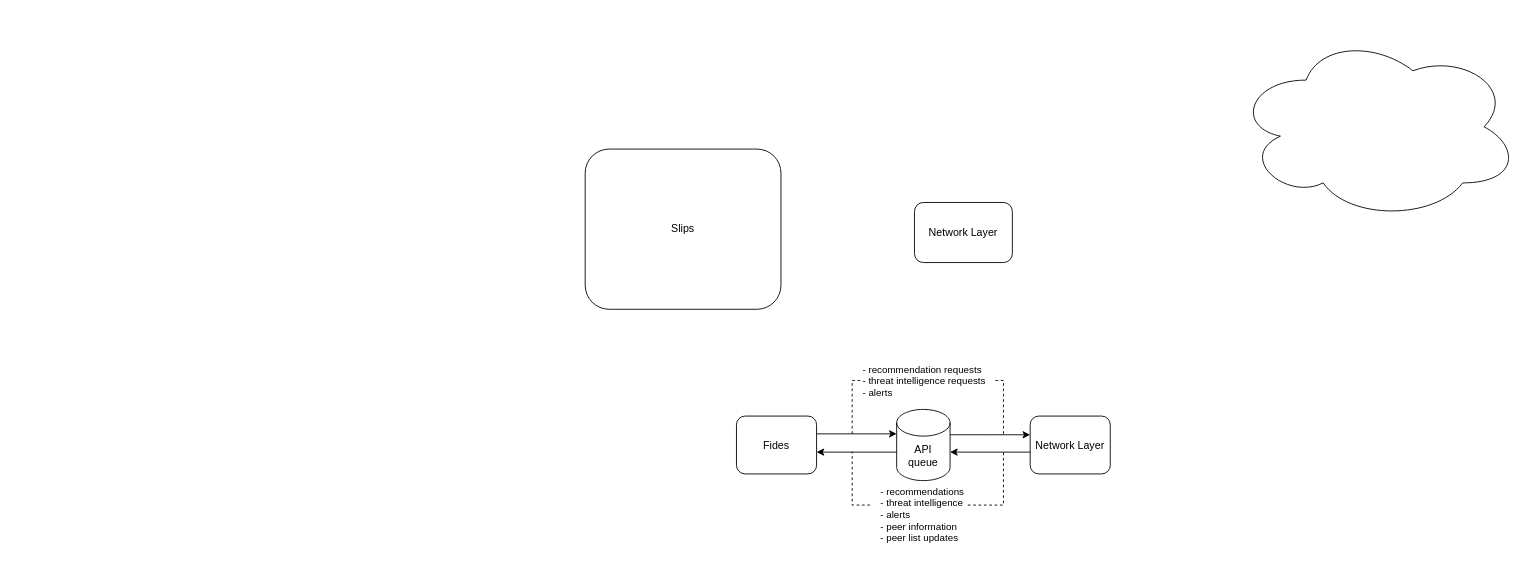
This is doc/assets/fides.drawio from LukasForst/fides, a draw.io file, before an edit. Source tidied: cells renumbered, new cells numbered last; positions are measured from the earlier drawing's top-left corner, leaving out a move shared by most shapes. Both pictures are drawn from the tidied source at 89%, with x=0, y=0 at pixel (585, 33).
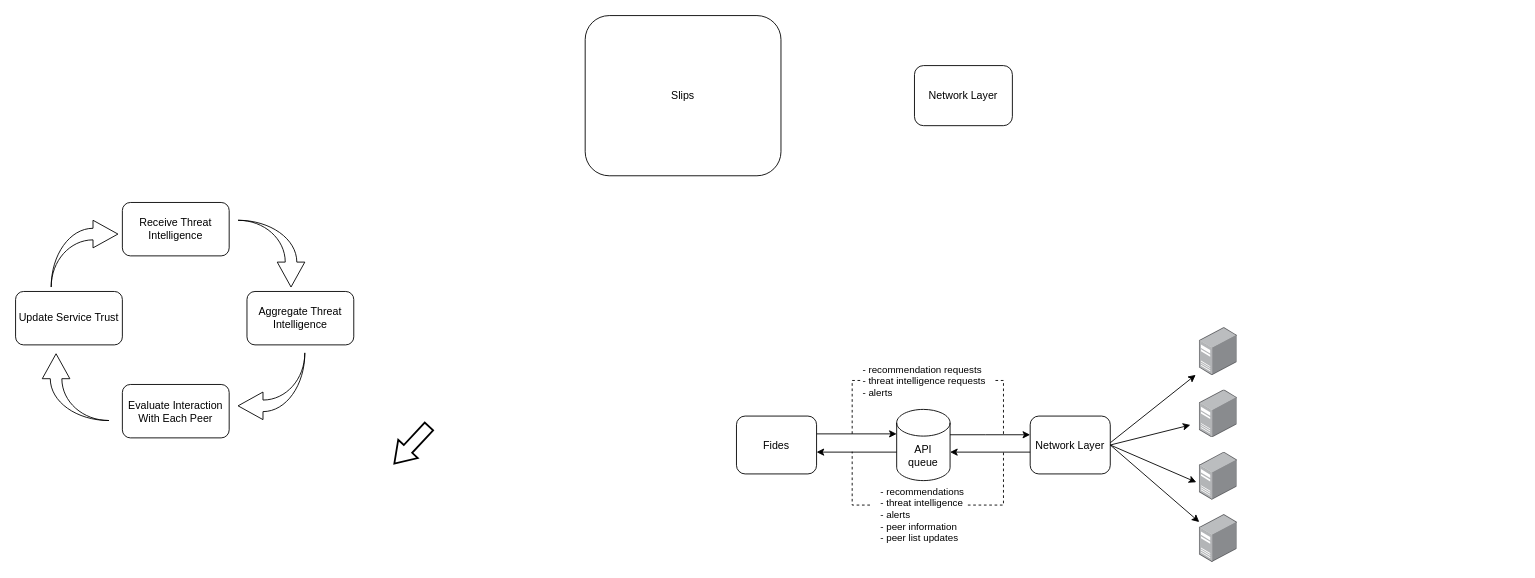
The same page after the edit.

Unchanged cells that the change refers to:
```xml
<mxCell id="9" value="Network Layer" style="rounded=1;whiteSpace=wrap;html=1;" parent="1" vertex="1">
  <mxGeometry x="500" y="430" width="90" height="65" as="geometry" />
</mxCell>
```

The edit, as a diff of the source:
```diff
@@
     <mxCell id="6" value="Network Layer" style="rounded=1;whiteSpace=wrap;html=1;" parent="1" vertex="1">
-      <mxGeometry x="370" y="190" width="110" height="67.5" as="geometry" />
+      <mxGeometry x="370" y="36.2" width="110" height="67.5" as="geometry" />
     </mxCell>
     <mxCell id="7" value="Slips" style="rounded=1;whiteSpace=wrap;html=1;" parent="1" vertex="1">
-      <mxGeometry y="130" width="220" height="180" as="geometry" />
+      <mxGeometry y="-20" width="220" height="180" as="geometry" />
     </mxCell>
-    <mxCell id="8" style="ellipse;shape=cloud;whiteSpace=wrap;html=1;" parent="1" vertex="1">
-      <mxGeometry x="730" width="320" height="210" as="geometry" />
-    </mxCell>
@@
+    <mxCell id="18" style="points=[];html=1;align=center;shadow=0;dashed=0;image;image=img/lib/allied_telesis/computer_and_terminals/Server_Desktop.svg;" parent="1" vertex="1">
+      <mxGeometry x="690" y="330.5" width="42.6" height="54" as="geometry" />
+    </mxCell>
+    <mxCell id="19" style="html=1;align=center;shadow=0;dashed=0;image;image=img/lib/allied_telesis/computer_and_terminals/Server_Desktop.svg;" parent="1" vertex="1">
+      <mxGeometry x="690" y="400.5" width="42.6" height="54" as="geometry" />
+    </mxCell>
+    <mxCell id="20" style="points=[];html=1;align=center;shadow=0;dashed=0;image;image=img/lib/allied_telesis/computer_and_terminals/Server_Desktop.svg;" parent="1" vertex="1">
+      <mxGeometry x="690" y="470.5" width="42.6" height="54" as="geometry" />
+    </mxCell>
+    <mxCell id="21" style="points=[];html=1;align=center;shadow=0;dashed=0;image;image=img/lib/allied_telesis/computer_and_terminals/Server_Desktop.svg;" parent="1" vertex="1">
+      <mxGeometry x="690" y="540.5" width="42.6" height="54" as="geometry" />
+    </mxCell>
+    <mxCell id="22" style="endArrow=classic;html=1;rounded=0;entryX=-0.094;entryY=0.985;entryDx=0;entryDy=0;entryPerimeter=0;" parent="1" edge="1" target="18">
+      <mxGeometry relative="1" as="geometry">
+        <mxPoint x="590" y="460" as="sourcePoint" />
+      </mxGeometry>
+    </mxCell>
+    <mxCell id="23" style="endArrow=classic;html=1;rounded=0;exitX=1;exitY=0.5;exitDx=0;exitDy=0;" parent="1" edge="1" source="9">
+      <mxGeometry relative="1" as="geometry">
+        <mxPoint x="680" y="440" as="targetPoint" />
+      </mxGeometry>
+    </mxCell>
+    <mxCell id="24" style="endArrow=classic;html=1;rounded=0;exitX=1;exitY=0.5;exitDx=0;exitDy=0;entryX=-0.078;entryY=0.627;entryDx=0;entryDy=0;entryPerimeter=0;" parent="1" edge="1" source="9" target="20">
+      <mxGeometry relative="1" as="geometry" />
+    </mxCell>
+    <mxCell id="25" style="endArrow=classic;html=1;rounded=0;exitX=1;exitY=0.5;exitDx=0;exitDy=0;" parent="1" edge="1" source="9" target="21">
+      <mxGeometry relative="1" as="geometry" />
+    </mxCell>
+    <mxCell id="26" value="Receive Threat Intelligence" style="rounded=1;whiteSpace=wrap;html=1;" parent="1" vertex="1">
+      <mxGeometry x="-520" y="190" width="120" height="60" as="geometry" />
+    </mxCell>
+    <mxCell id="27" value="Aggregate Threat Intelligence" style="rounded=1;whiteSpace=wrap;html=1;" parent="1" vertex="1">
+      <mxGeometry x="-380" y="290" width="120" height="60" as="geometry" />
+    </mxCell>
+    <mxCell id="28" value="Evaluate Interaction With Each Peer" style="rounded=1;whiteSpace=wrap;html=1;" parent="1" vertex="1">
+      <mxGeometry x="-520" y="394.5" width="120" height="60" as="geometry" />
+    </mxCell>
+    <mxCell id="29" value="Update Service Trust" style="rounded=1;whiteSpace=wrap;html=1;" parent="1" vertex="1">
+      <mxGeometry x="-640" y="290" width="120" height="60" as="geometry" />
+    </mxCell>
+    <mxCell id="30" style="shape=mxgraph.arrows.arrow_up;html=1;verticalLabelPosition=bottom;verticalAlign=top;strokeWidth=2;strokeColor=#000000;rotation=-137;" parent="1" vertex="1">
+      <mxGeometry x="-210" y="434" width="30" height="57" as="geometry" />
+    </mxCell>
+    <mxCell id="31" style="html=1;shadow=0;dashed=0;align=center;verticalAlign=middle;shape=mxgraph.arrows2.jumpInArrow;dy=6.5;dx=28;arrowHead=31;rotation=-90;" parent="1" vertex="1">
+      <mxGeometry x="-610" y="360" width="75" height="75" as="geometry" />
+    </mxCell>
+    <mxCell id="32" style="html=1;shadow=0;dashed=0;align=center;verticalAlign=middle;shape=mxgraph.arrows2.jumpInArrow;dy=6.5;dx=28;arrowHead=31;rotation=0;" parent="1" vertex="1">
+      <mxGeometry x="-600" y="210" width="75" height="75" as="geometry" />
+    </mxCell>
+    <mxCell id="33" style="html=1;shadow=0;dashed=0;align=center;verticalAlign=middle;shape=mxgraph.arrows2.jumpInArrow;dy=6.5;dx=28;arrowHead=31;rotation=90;" parent="1" vertex="1">
+      <mxGeometry x="-390" y="210" width="75" height="75" as="geometry" />
+    </mxCell>
+    <mxCell id="34" style="html=1;shadow=0;dashed=0;align=center;verticalAlign=middle;shape=mxgraph.arrows2.jumpInArrow;dy=6.5;dx=28;arrowHead=31;rotation=-180;" parent="1" vertex="1">
+      <mxGeometry x="-390" y="359" width="75" height="75" as="geometry" />
+    </mxCell>
```
